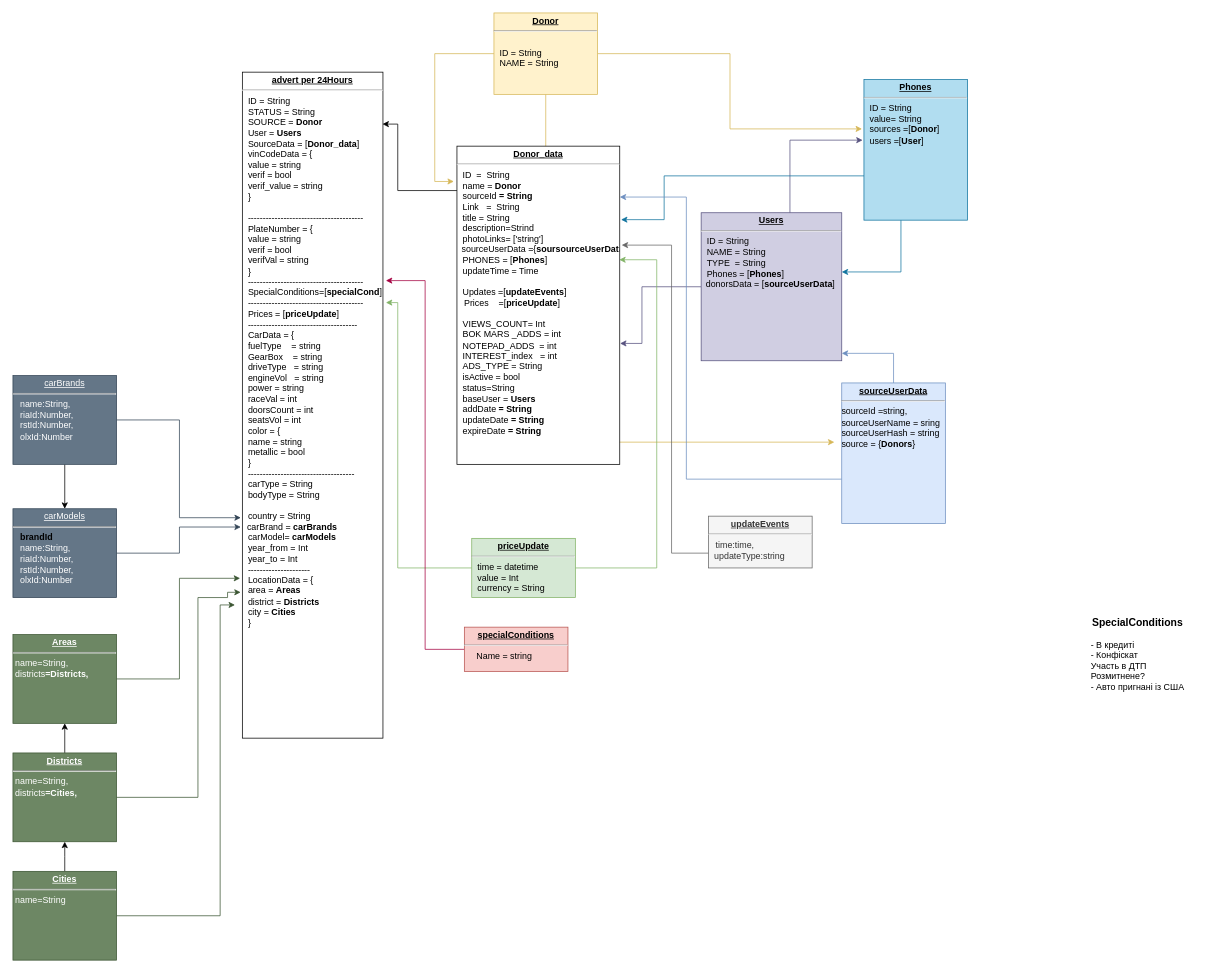
The draw.io diagram .drawio in Dromich/car_dog_diagram, before the edit. Source tidied: cells renumbered, new cells numbered last; positions are measured from the earlier drawing's top-left corner, leaving out a move shared by most shapes. Both pictures are drawn from the tidied source at 74%, with x=0, y=0 at pixel (13, 13).
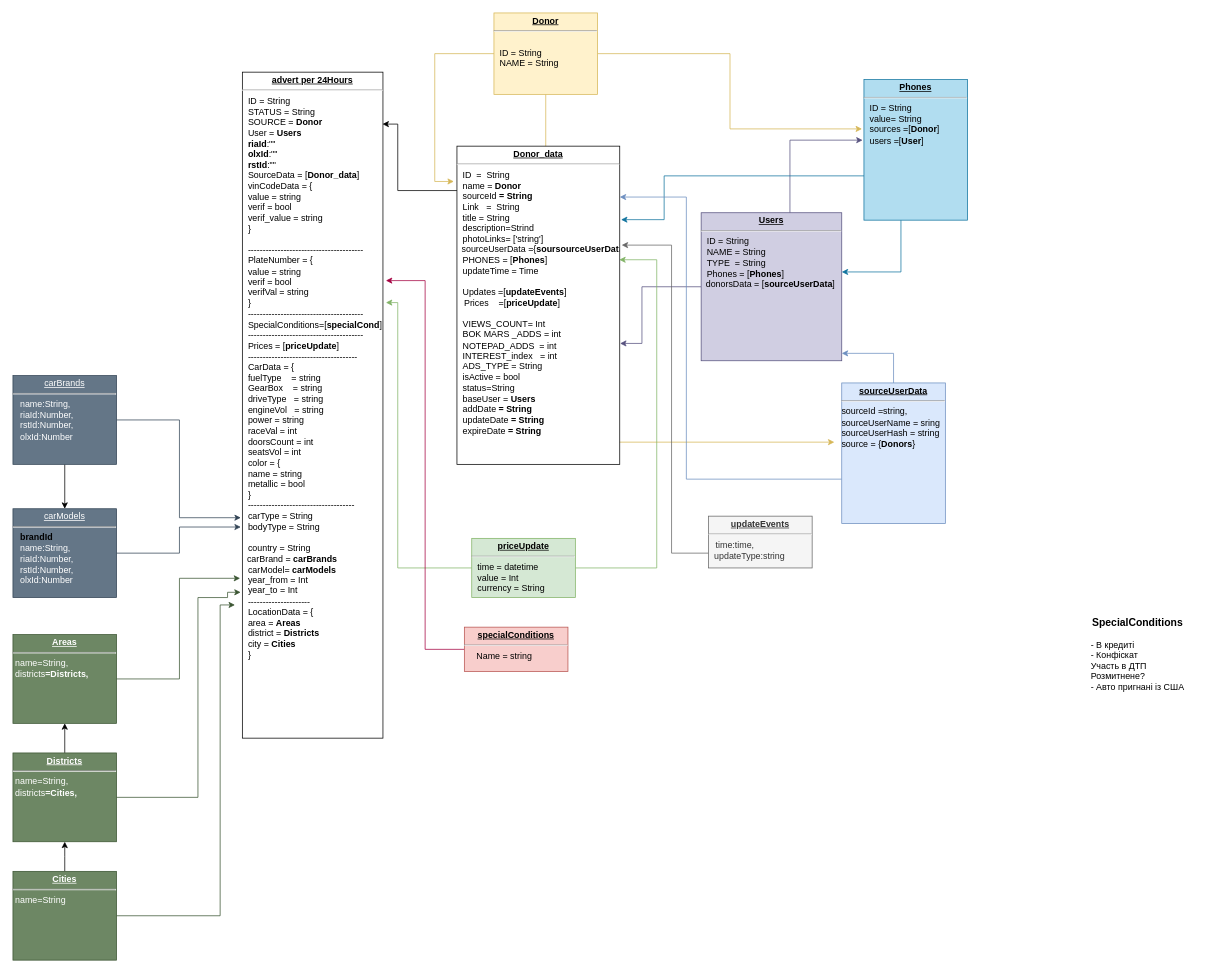
Above is the later version.

The edit, as a diff of the source:
```diff
@@
-    <mxCell id="2" value="&lt;p style=&quot;margin: 0px ; margin-top: 4px ; text-align: center ; text-decoration: underline&quot;&gt;&lt;b&gt;advert per 24Hours&lt;/b&gt;&lt;br&gt;&lt;/p&gt;&lt;hr&gt;&lt;p style=&quot;margin: 0px ; margin-left: 8px&quot;&gt;ID = String&lt;/p&gt;&lt;p style=&quot;margin: 0px ; margin-left: 8px&quot;&gt;STATUS = String&lt;br&gt;SOURCE = &lt;b&gt;Donor&lt;/b&gt;&lt;/p&gt;&lt;p style=&quot;margin: 0px ; margin-left: 8px&quot;&gt;User = &lt;b&gt;Users&lt;/b&gt;&lt;br&gt;SourceData = [&lt;b&gt;Donor_data&lt;/b&gt;]&lt;br&gt;&lt;/p&gt;&lt;p style=&quot;margin: 0px ; margin-left: 8px&quot;&gt;vinCodeData = {&lt;/p&gt;&lt;p style=&quot;margin: 0px ; margin-left: 8px&quot;&gt;&lt;span&gt; &lt;span&gt; &lt;/span&gt;value = string&lt;br&gt;&lt;span&gt; &lt;/span&gt;&lt;span&gt; &lt;/span&gt;verif   = bool&lt;/span&gt;&lt;/p&gt;&lt;p style=&quot;margin: 0px ; margin-left: 8px&quot;&gt;&lt;span&gt;&lt;span&gt; &lt;/span&gt;verif_value = string&lt;br&gt;&lt;/span&gt;&lt;/p&gt;&lt;p style=&quot;margin: 0px ; margin-left: 8px&quot;&gt;&lt;span&gt;&lt;span&gt; &lt;/span&gt;&lt;span&gt; &lt;/span&gt;}&lt;/span&gt;&lt;/p&gt;&lt;p style=&quot;margin: 0px ; margin-left: 8px&quot;&gt;&lt;br&gt;&lt;/p&gt;&lt;p style=&quot;margin: 0px ; margin-left: 8px&quot;&gt;&lt;span&gt;---------------------------------------&lt;br&gt;&lt;/span&gt;&lt;/p&gt;&lt;p style=&quot;margin: 0px ; margin-left: 8px&quot;&gt;PlateNumber = {&lt;/p&gt;&lt;p style=&quot;margin: 0px ; margin-left: 8px&quot;&gt;&lt;span&gt; &lt;/span&gt;value = string&lt;br&gt;&lt;span&gt; &lt;/span&gt;verif = bool&lt;br&gt;&lt;span&gt; &lt;/span&gt;verifVal = string&lt;br&gt;&lt;/p&gt;&lt;p style=&quot;margin: 0px ; margin-left: 8px&quot;&gt;&lt;span&gt; &lt;/span&gt;}&lt;/p&gt;&lt;p style=&quot;margin: 0px ; margin-left: 8px&quot;&gt;---------------------------------------&lt;br&gt;&lt;/p&gt;&lt;p style=&quot;margin: 0px 0px 0px 8px&quot;&gt;SpecialСonditions=[&lt;b&gt;specialCond&lt;/b&gt;]&lt;/p&gt;&lt;p style=&quot;margin: 0px ; margin-left: 8px&quot;&gt;---------------------------------------&lt;br&gt;&lt;/p&gt;&lt;p style=&quot;margin: 0px ; margin-left: 8px&quot;&gt;Prices = [&lt;b&gt;priceUpdate&lt;/b&gt;]&lt;br&gt;&lt;/p&gt;&lt;p style=&quot;margin: 0px ; margin-left: 8px&quot;&gt;-------------------------------------&lt;/p&gt;&lt;p style=&quot;margin: 0px ; margin-left: 8px&quot;&gt;CarData = {&lt;/p&gt;&lt;p style=&quot;margin: 0px ; margin-left: 8px&quot;&gt;&lt;span&gt; &lt;/span&gt;fuelType&amp;nbsp;&amp;nbsp;&amp;nbsp; = string&lt;/p&gt;&lt;p style=&quot;margin: 0px ; margin-left: 8px&quot;&gt;GearBox&amp;nbsp;&amp;nbsp;&amp;nbsp; = string&lt;/p&gt;&lt;p style=&quot;margin: 0px ; margin-left: 8px&quot;&gt;driveType&amp;nbsp;&amp;nbsp; = string&lt;/p&gt;&lt;p style=&quot;margin: 0px ; margin-left: 8px&quot;&gt;engineVol&amp;nbsp;&amp;nbsp; = string&lt;/p&gt;&lt;p style=&quot;margin: 0px ; margin-left: 8px&quot;&gt;power = string&lt;br&gt;&lt;/p&gt;&lt;p style=&quot;margin: 0px ; margin-left: 8px&quot;&gt;raceVal = int&lt;/p&gt;&lt;p style=&quot;margin: 0px ; margin-left: 8px&quot;&gt;doorsCount = int&lt;/p&gt;&lt;p style=&quot;margin: 0px ; margin-left: 8px&quot;&gt;seatsVol = int&lt;/p&gt;&lt;p style=&quot;margin: 0px ; margin-left: 8px&quot;&gt;color = {&lt;/p&gt;&lt;p style=&quot;margin: 0px ; margin-left: 8px&quot;&gt;name = string&lt;/p&gt;&lt;p style=&quot;margin: 0px ; margin-left: 8px&quot;&gt;metallic = bool&lt;br&gt;&lt;/p&gt;&lt;p style=&quot;margin: 0px ; margin-left: 8px&quot;&gt;}&lt;/p&gt;&lt;p style=&quot;margin: 0px ; margin-left: 8px&quot;&gt;------------------------------------&lt;/p&gt;&lt;p style=&quot;margin: 0px ; margin-left: 8px&quot;&gt;&lt;span style=&quot;background-color: rgb(255 , 255 , 255)&quot;&gt;carType = String&lt;/span&gt;&lt;/p&gt;&lt;p style=&quot;margin: 0px ; margin-left: 8px&quot;&gt;bodyType = String&lt;/p&gt;&lt;p style=&quot;margin: 0px ; margin-left: 8px&quot;&gt;&lt;br&gt;&lt;/p&gt;&lt;p style=&quot;margin: 0px ; margin-left: 8px&quot;&gt;country = String&lt;/p&gt;&amp;nbsp; carBrand = &lt;b&gt;carBrands&lt;/b&gt;&lt;br&gt;&lt;p style=&quot;margin: 0px ; margin-left: 8px&quot;&gt;carModel= &lt;b&gt;carModels&lt;/b&gt;&lt;br&gt;&lt;/p&gt;&lt;p style=&quot;margin: 0px ; margin-left: 8px&quot;&gt;year_from = Int&lt;/p&gt;&lt;p style=&quot;margin: 0px ; margin-left: 8px&quot;&gt;year_to = Int&lt;/p&gt;&lt;p style=&quot;margin: 0px ; margin-left: 8px&quot;&gt;&lt;span&gt; &lt;/span&gt;---------------------&lt;/p&gt;&lt;p style=&quot;margin: 0px ; margin-left: 8px&quot;&gt;LocationData = {&lt;/p&gt;&lt;p style=&quot;margin: 0px ; margin-left: 8px&quot;&gt;area = &lt;b&gt;Areas&lt;/b&gt;&lt;br&gt;&lt;/p&gt;&lt;p style=&quot;margin: 0px ; margin-left: 8px&quot;&gt;district = &lt;b&gt;Districts&lt;/b&gt;&lt;br&gt;&lt;/p&gt;&lt;p style=&quot;margin: 0px ; margin-left: 8px&quot;&gt;city = &lt;b&gt;Cities&lt;/b&gt;&lt;br&gt;&lt;/p&gt;&lt;p style=&quot;margin: 0px ; margin-left: 8px&quot;&gt;}&lt;/p&gt;&lt;p style=&quot;margin: 0px ; margin-left: 8px&quot;&gt;&lt;br&gt;&lt;/p&gt;&lt;p style=&quot;margin: 0px ; margin-left: 8px&quot;&gt;&lt;br&gt;&lt;/p&gt;&lt;p style=&quot;margin: 0px ; margin-left: 8px&quot;&gt;&lt;br&gt;&lt;/p&gt;&lt;p style=&quot;margin: 0px ; margin-left: 8px&quot;&gt;&lt;br&gt;&lt;/p&gt;&lt;p style=&quot;margin: 0px ; margin-left: 8px&quot;&gt;&lt;br&gt;&lt;/p&gt;&lt;p style=&quot;margin: 0px ; margin-left: 8px&quot;&gt;&lt;br&gt;&lt;/p&gt;" style="verticalAlign=top;align=left;overflow=fill;fontSize=12;fontFamily=Helvetica;html=1;rounded=0;shadow=0;comic=0;labelBackgroundColor=none;strokeWidth=1;" parent="1" vertex="1">
+    <mxCell id="2" value="&lt;p style=&quot;margin: 0px ; margin-top: 4px ; text-align: center ; text-decoration: underline&quot;&gt;&lt;b&gt;advert per 24Hours&lt;/b&gt;&lt;br&gt;&lt;/p&gt;&lt;hr&gt;&lt;p style=&quot;margin: 0px ; margin-left: 8px&quot;&gt;ID = String&lt;/p&gt;&lt;p style=&quot;margin: 0px ; margin-left: 8px&quot;&gt;STATUS = String&lt;br&gt;SOURCE = &lt;b&gt;Donor&lt;/b&gt;&lt;/p&gt;&lt;p style=&quot;margin: 0px ; margin-left: 8px&quot;&gt;User = &lt;b&gt;Users&lt;/b&gt;&lt;/p&gt;&lt;p style=&quot;margin: 0px ; margin-left: 8px&quot;&gt;&lt;b&gt;riaId&lt;/b&gt;:&quot;&quot;&lt;/p&gt;&lt;p style=&quot;margin: 0px ; margin-left: 8px&quot;&gt;&lt;b&gt;olxId&lt;/b&gt;:&quot;&quot;&lt;/p&gt;&lt;p style=&quot;margin: 0px ; margin-left: 8px&quot;&gt;&lt;b&gt;rstId&lt;/b&gt;:&quot;&quot;&lt;br&gt;&lt;/p&gt;&lt;p style=&quot;margin: 0px ; margin-left: 8px&quot;&gt;SourceData = [&lt;b&gt;Donor_data&lt;/b&gt;]&lt;br&gt;&lt;/p&gt;&lt;p style=&quot;margin: 0px ; margin-left: 8px&quot;&gt;vinCodeData = {&lt;/p&gt;&lt;p style=&quot;margin: 0px ; margin-left: 8px&quot;&gt;&lt;span&gt; &lt;span&gt; &lt;/span&gt;value = string&lt;br&gt;&lt;span&gt; &lt;/span&gt;&lt;span&gt; &lt;/span&gt;verif   = bool&lt;/span&gt;&lt;/p&gt;&lt;p style=&quot;margin: 0px ; margin-left: 8px&quot;&gt;&lt;span&gt;&lt;span&gt; &lt;/span&gt;verif_value = string&lt;br&gt;&lt;/span&gt;&lt;/p&gt;&lt;p style=&quot;margin: 0px ; margin-left: 8px&quot;&gt;&lt;span&gt;&lt;span&gt; &lt;/span&gt;&lt;span&gt; &lt;/span&gt;}&lt;/span&gt;&lt;/p&gt;&lt;p style=&quot;margin: 0px ; margin-left: 8px&quot;&gt;&lt;br&gt;&lt;/p&gt;&lt;p style=&quot;margin: 0px ; margin-left: 8px&quot;&gt;&lt;span&gt;---------------------------------------&lt;br&gt;&lt;/span&gt;&lt;/p&gt;&lt;p style=&quot;margin: 0px ; margin-left: 8px&quot;&gt;PlateNumber = {&lt;/p&gt;&lt;p style=&quot;margin: 0px ; margin-left: 8px&quot;&gt;&lt;span&gt; &lt;/span&gt;value = string&lt;br&gt;&lt;span&gt; &lt;/span&gt;verif = bool&lt;br&gt;&lt;span&gt; &lt;/span&gt;verifVal = string&lt;br&gt;&lt;/p&gt;&lt;p style=&quot;margin: 0px ; margin-left: 8px&quot;&gt;&lt;span&gt; &lt;/span&gt;}&lt;/p&gt;&lt;p style=&quot;margin: 0px ; margin-left: 8px&quot;&gt;---------------------------------------&lt;br&gt;&lt;/p&gt;&lt;p style=&quot;margin: 0px 0px 0px 8px&quot;&gt;SpecialСonditions=[&lt;b&gt;specialCond&lt;/b&gt;]&lt;/p&gt;&lt;p style=&quot;margin: 0px ; margin-left: 8px&quot;&gt;---------------------------------------&lt;br&gt;&lt;/p&gt;&lt;p style=&quot;margin: 0px ; margin-left: 8px&quot;&gt;Prices = [&lt;b&gt;priceUpdate&lt;/b&gt;]&lt;br&gt;&lt;/p&gt;&lt;p style=&quot;margin: 0px ; margin-left: 8px&quot;&gt;-------------------------------------&lt;/p&gt;&lt;p style=&quot;margin: 0px ; margin-left: 8px&quot;&gt;CarData = {&lt;/p&gt;&lt;p style=&quot;margin: 0px ; margin-left: 8px&quot;&gt;&lt;span&gt; &lt;/span&gt;fuelType&amp;nbsp;&amp;nbsp;&amp;nbsp; = string&lt;/p&gt;&lt;p style=&quot;margin: 0px ; margin-left: 8px&quot;&gt;GearBox&amp;nbsp;&amp;nbsp;&amp;nbsp; = string&lt;/p&gt;&lt;p style=&quot;margin: 0px ; margin-left: 8px&quot;&gt;driveType&amp;nbsp;&amp;nbsp; = string&lt;/p&gt;&lt;p style=&quot;margin: 0px ; margin-left: 8px&quot;&gt;engineVol&amp;nbsp;&amp;nbsp; = string&lt;/p&gt;&lt;p style=&quot;margin: 0px ; margin-left: 8px&quot;&gt;power = string&lt;br&gt;&lt;/p&gt;&lt;p style=&quot;margin: 0px ; margin-left: 8px&quot;&gt;raceVal = int&lt;/p&gt;&lt;p style=&quot;margin: 0px ; margin-left: 8px&quot;&gt;doorsCount = int&lt;/p&gt;&lt;p style=&quot;margin: 0px ; margin-left: 8px&quot;&gt;seatsVol = int&lt;/p&gt;&lt;p style=&quot;margin: 0px ; margin-left: 8px&quot;&gt;color = {&lt;/p&gt;&lt;p style=&quot;margin: 0px ; margin-left: 8px&quot;&gt;name = string&lt;/p&gt;&lt;p style=&quot;margin: 0px ; margin-left: 8px&quot;&gt;metallic = bool&lt;br&gt;&lt;/p&gt;&lt;p style=&quot;margin: 0px ; margin-left: 8px&quot;&gt;}&lt;/p&gt;&lt;p style=&quot;margin: 0px ; margin-left: 8px&quot;&gt;------------------------------------&lt;/p&gt;&lt;p style=&quot;margin: 0px ; margin-left: 8px&quot;&gt;&lt;span style=&quot;background-color: rgb(255 , 255 , 255)&quot;&gt;carType = String&lt;/span&gt;&lt;/p&gt;&lt;p style=&quot;margin: 0px ; margin-left: 8px&quot;&gt;bodyType = String&lt;/p&gt;&lt;p style=&quot;margin: 0px ; margin-left: 8px&quot;&gt;&lt;br&gt;&lt;/p&gt;&lt;p style=&quot;margin: 0px ; margin-left: 8px&quot;&gt;country = String&lt;/p&gt;&amp;nbsp; carBrand = &lt;b&gt;carBrands&lt;/b&gt;&lt;br&gt;&lt;p style=&quot;margin: 0px ; margin-left: 8px&quot;&gt;carModel= &lt;b&gt;carModels&lt;/b&gt;&lt;br&gt;&lt;/p&gt;&lt;p style=&quot;margin: 0px ; margin-left: 8px&quot;&gt;year_from = Int&lt;/p&gt;&lt;p style=&quot;margin: 0px ; margin-left: 8px&quot;&gt;year_to = Int&lt;/p&gt;&lt;p style=&quot;margin: 0px ; margin-left: 8px&quot;&gt;&lt;span&gt; &lt;/span&gt;---------------------&lt;/p&gt;&lt;p style=&quot;margin: 0px ; margin-left: 8px&quot;&gt;LocationData = {&lt;/p&gt;&lt;p style=&quot;margin: 0px ; margin-left: 8px&quot;&gt;area = &lt;b&gt;Areas&lt;/b&gt;&lt;br&gt;&lt;/p&gt;&lt;p style=&quot;margin: 0px ; margin-left: 8px&quot;&gt;district = &lt;b&gt;Districts&lt;/b&gt;&lt;br&gt;&lt;/p&gt;&lt;p style=&quot;margin: 0px ; margin-left: 8px&quot;&gt;city = &lt;b&gt;Cities&lt;/b&gt;&lt;br&gt;&lt;/p&gt;&lt;p style=&quot;margin: 0px ; margin-left: 8px&quot;&gt;}&lt;/p&gt;&lt;p style=&quot;margin: 0px ; margin-left: 8px&quot;&gt;&lt;br&gt;&lt;/p&gt;&lt;p style=&quot;margin: 0px ; margin-left: 8px&quot;&gt;&lt;br&gt;&lt;/p&gt;&lt;p style=&quot;margin: 0px ; margin-left: 8px&quot;&gt;&lt;br&gt;&lt;/p&gt;&lt;p style=&quot;margin: 0px ; margin-left: 8px&quot;&gt;&lt;br&gt;&lt;/p&gt;&lt;p style=&quot;margin: 0px ; margin-left: 8px&quot;&gt;&lt;br&gt;&lt;/p&gt;&lt;p style=&quot;margin: 0px ; margin-left: 8px&quot;&gt;&lt;br&gt;&lt;/p&gt;" style="verticalAlign=top;align=left;overflow=fill;fontSize=12;fontFamily=Helvetica;html=1;rounded=0;shadow=0;comic=0;labelBackgroundColor=none;strokeWidth=1;" parent="1" vertex="1">
       <mxGeometry x="310" y="80" width="190" height="900" as="geometry" />
     </mxCell>
```
